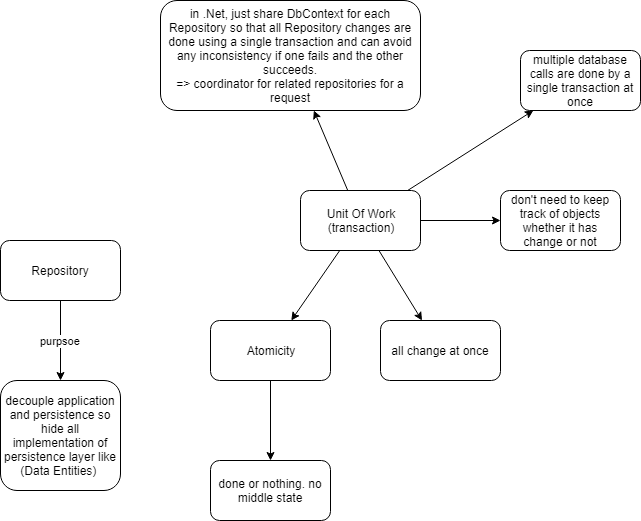
This is DDD_Repository_Overview.PNG from stsiwo/ddd_concept, a draw.io export, as it was before one commit. Source tidied: cells renumbered, new cells last; positions are measured from the earlier drawing's top-left corner, leaving out a move shared by most shapes.
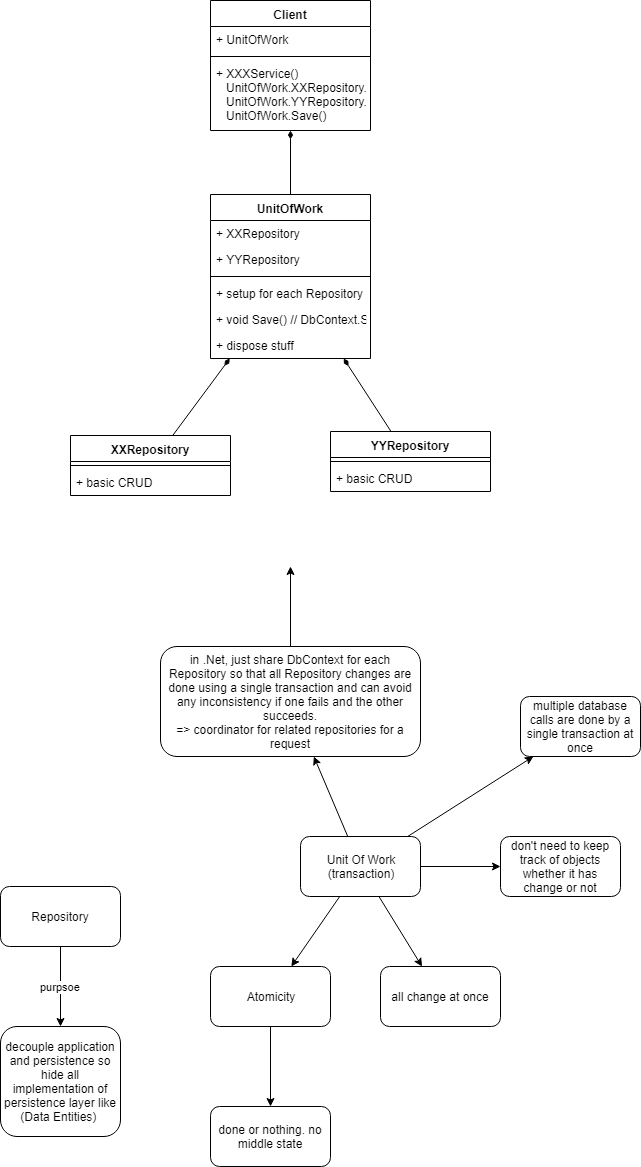
Later version of the same file.

Diff of the diagram source:
```diff
@@ -29,6 +29,11 @@
     <mxCell id="10" value="Unit Of Work&lt;br&gt;(transaction)" style="rounded=1;whiteSpace=wrap;html=1;" parent="1" vertex="1">
       <mxGeometry x="300" y="190" width="120" height="60" as="geometry" />
     </mxCell>
+    <mxCell id="18" style="edgeStyle=none;rounded=0;jettySize=auto;html=1;" parent="1" edge="1" source="11">
+      <mxGeometry relative="1" as="geometry">
+        <mxPoint x="290" y="-80" as="targetPoint" />
+      </mxGeometry>
+    </mxCell>
     <mxCell id="11" value="in .Net, just share DbContext for each Repository so that all Repository changes are done using a single transaction and can avoid any inconsistency if one fails and the other succeeds.&lt;br&gt;=&amp;gt; coordinator for related repositories for a request" style="rounded=1;whiteSpace=wrap;html=1;" parent="1" vertex="1">
       <mxGeometry x="160" width="260" height="110" as="geometry" />
     </mxCell>
@@ -50,5 +55,65 @@
     <mxCell id="17" value="done or nothing. no middle state" style="rounded=1;whiteSpace=wrap;html=1;" parent="1" vertex="1">
       <mxGeometry x="210" y="460" width="120" height="60" as="geometry" />
     </mxCell>
+    <mxCell id="19" style="edgeStyle=none;rounded=0;jettySize=auto;html=1;startArrow=diamondThin;startFill=1;endArrow=none;endFill=0;" parent="1" edge="1" source="21" target="33">
+      <mxGeometry relative="1" as="geometry" />
+    </mxCell>
+    <mxCell id="20" style="edgeStyle=none;rounded=0;jettySize=auto;html=1;startArrow=diamondThin;startFill=1;endArrow=none;endFill=0;" parent="1" edge="1" source="21" target="36">
+      <mxGeometry relative="1" as="geometry" />
+    </mxCell>
+    <mxCell id="21" value="UnitOfWork" style="swimlane;fontStyle=1;align=center;verticalAlign=top;horizontal=1;startSize=26;" parent="1" vertex="1">
+      <mxGeometry x="210" y="-452" width="160" height="164" as="geometry" />
+    </mxCell>
+    <mxCell id="22" value="+ XXRepository" style="text;strokeColor=none;fillColor=none;align=left;verticalAlign=top;spacingLeft=4;spacingRight=4;overflow=hidden;" parent="21" vertex="1">
+      <mxGeometry y="26" width="160" height="26" as="geometry" />
+    </mxCell>
+    <mxCell id="23" value="+ YYRepository" style="text;strokeColor=none;fillColor=none;align=left;verticalAlign=top;spacingLeft=4;spacingRight=4;overflow=hidden;" parent="21" vertex="1">
+      <mxGeometry y="52" width="160" height="26" as="geometry" />
+    </mxCell>
+    <mxCell id="24" style="line;strokeWidth=1;fillColor=none;align=left;verticalAlign=middle;spacingTop=-1;spacingLeft=3;spacingRight=3;labelPosition=right;" parent="21" vertex="1">
+      <mxGeometry y="78" width="160" height="8" as="geometry" />
+    </mxCell>
+    <mxCell id="25" value="+ setup for each Repository" style="text;strokeColor=none;fillColor=none;align=left;verticalAlign=top;spacingLeft=4;spacingRight=4;overflow=hidden;" parent="21" vertex="1">
+      <mxGeometry y="86" width="160" height="26" as="geometry" />
+    </mxCell>
+    <mxCell id="26" value="+ void Save() // DbContext.Save()" style="text;strokeColor=none;fillColor=none;align=left;verticalAlign=top;spacingLeft=4;spacingRight=4;overflow=hidden;" parent="21" vertex="1">
+      <mxGeometry y="112" width="160" height="26" as="geometry" />
+    </mxCell>
+    <mxCell id="27" value="+ dispose stuff" style="text;strokeColor=none;fillColor=none;align=left;verticalAlign=top;spacingLeft=4;spacingRight=4;overflow=hidden;" parent="21" vertex="1">
+      <mxGeometry y="138" width="160" height="26" as="geometry" />
+    </mxCell>
+    <mxCell id="28" style="edgeStyle=none;rounded=0;jettySize=auto;html=1;startArrow=diamondThin;startFill=1;endArrow=none;endFill=0;" parent="1" edge="1" source="29" target="21">
+      <mxGeometry relative="1" as="geometry" />
+    </mxCell>
+    <mxCell id="29" value="Client" style="swimlane;fontStyle=1;align=center;verticalAlign=top;horizontal=1;startSize=26;" parent="1" vertex="1">
+      <mxGeometry x="210" y="-646" width="160" height="130" as="geometry" />
+    </mxCell>
+    <mxCell id="30" value="+ UnitOfWork" style="text;strokeColor=none;fillColor=none;align=left;verticalAlign=top;spacingLeft=4;spacingRight=4;overflow=hidden;" parent="29" vertex="1">
+      <mxGeometry y="26" width="160" height="26" as="geometry" />
+    </mxCell>
+    <mxCell id="31" style="line;strokeWidth=1;fillColor=none;align=left;verticalAlign=middle;spacingTop=-1;spacingLeft=3;spacingRight=3;labelPosition=right;" parent="29" vertex="1">
+      <mxGeometry y="52" width="160" height="8" as="geometry" />
+    </mxCell>
+    <mxCell id="32" value="+ XXXService() &#10;   UnitOfWork.XXRepository...&#10;   UnitOfWork.YYRepository...&#10;   UnitOfWork.Save()" style="text;strokeColor=none;fillColor=none;align=left;verticalAlign=top;spacingLeft=4;spacingRight=4;overflow=hidden;" parent="29" vertex="1">
+      <mxGeometry y="60" width="160" height="70" as="geometry" />
+    </mxCell>
+    <mxCell id="33" value="XXRepository" style="swimlane;fontStyle=1;align=center;verticalAlign=top;horizontal=1;startSize=26;" parent="1" vertex="1">
+      <mxGeometry x="70" y="-211" width="160" height="60" as="geometry" />
+    </mxCell>
+    <mxCell id="34" style="line;strokeWidth=1;fillColor=none;align=left;verticalAlign=middle;spacingTop=-1;spacingLeft=3;spacingRight=3;labelPosition=right;" parent="33" vertex="1">
+      <mxGeometry y="26" width="160" height="8" as="geometry" />
+    </mxCell>
+    <mxCell id="35" value="+ basic CRUD" style="text;strokeColor=none;fillColor=none;align=left;verticalAlign=top;spacingLeft=4;spacingRight=4;overflow=hidden;" parent="33" vertex="1">
+      <mxGeometry y="34" width="160" height="26" as="geometry" />
+    </mxCell>
+    <mxCell id="36" value="YYRepository" style="swimlane;fontStyle=1;align=center;verticalAlign=top;horizontal=1;startSize=26;" parent="1" vertex="1">
+      <mxGeometry x="330" y="-215" width="160" height="60" as="geometry" />
+    </mxCell>
+    <mxCell id="37" style="line;strokeWidth=1;fillColor=none;align=left;verticalAlign=middle;spacingTop=-1;spacingLeft=3;spacingRight=3;labelPosition=right;" parent="36" vertex="1">
+      <mxGeometry y="26" width="160" height="8" as="geometry" />
+    </mxCell>
+    <mxCell id="38" value="+ basic CRUD" style="text;strokeColor=none;fillColor=none;align=left;verticalAlign=top;spacingLeft=4;spacingRight=4;overflow=hidden;" parent="36" vertex="1">
+      <mxGeometry y="34" width="160" height="26" as="geometry" />
+    </mxCell>
   </root>
 </mxGraphModel>
```
